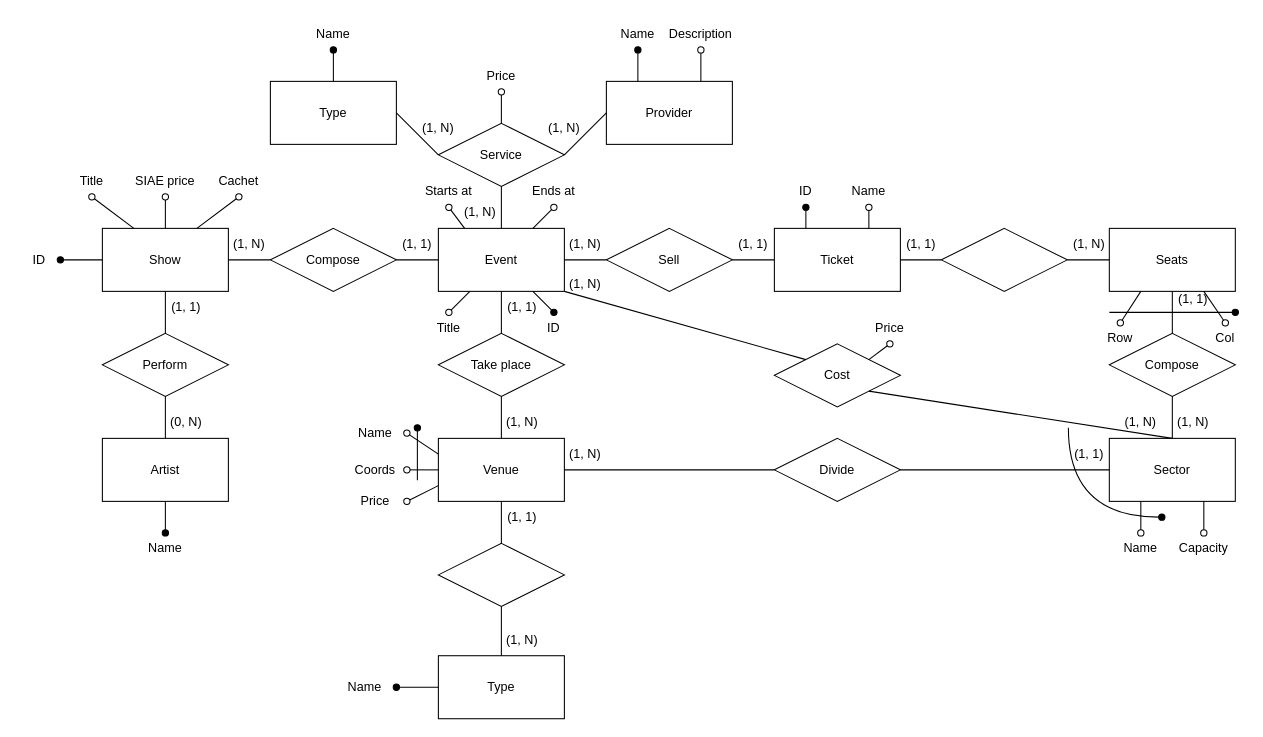
This is ER.drawio from lucat1/unibo_90107_progetto, a draw.io file, before an edit. Source tidied: cells renumbered, new cells numbered last; positions are measured from the earlier drawing's top-left corner, leaving out a move shared by most shapes. Both pictures are drawn from the tidied source at 105%, with x=0, y=0 at pixel (18, 18).
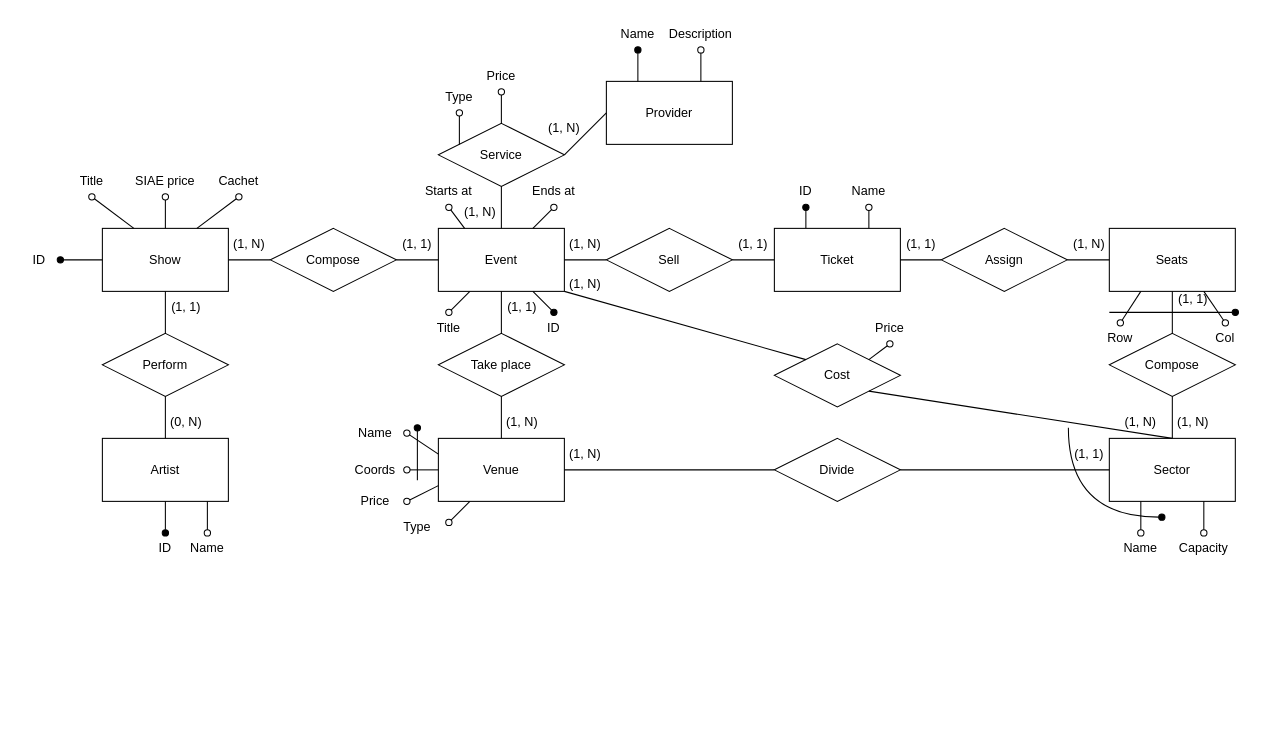
The same diagram, later.

Unchanged cells that the change refers to:
```xml
<mxCell id="43" value="Service" style="rhombus;whiteSpace=wrap;html=1;" parent="1" vertex="1">
  <mxGeometry x="400" y="100" width="120" height="60" as="geometry" />
</mxCell>
<mxCell id="48" value="Venue" style="rounded=0;whiteSpace=wrap;html=1;" parent="1" vertex="1">
  <mxGeometry x="400" y="400" width="120" height="60" as="geometry" />
</mxCell>
```

What changed in the source:
```diff
@@
-    <mxCell id="19" value="Name" style="text;html=1;strokeColor=none;fillColor=none;align=center;verticalAlign=middle;whiteSpace=wrap;rounded=0;" parent="1" vertex="1">
+    <mxCell id="19" value="ID" style="text;html=1;strokeColor=none;fillColor=none;align=center;verticalAlign=middle;whiteSpace=wrap;rounded=0;" parent="1" vertex="1">
       <mxGeometry x="110" y="490" width="60" height="30" as="geometry" />
     </mxCell>
@@
-    <mxCell id="52" value="Type" style="rounded=0;whiteSpace=wrap;html=1;" parent="1" vertex="1">
-      <mxGeometry x="400" y="607" width="120" height="60" as="geometry" />
-    </mxCell>
-    <mxCell id="53" style="rhombus;whiteSpace=wrap;html=1;" parent="1" vertex="1">
-      <mxGeometry x="400" y="500" width="120" height="60" as="geometry" />
-    </mxCell>
-    <mxCell id="54" style="endArrow=none;html=1;rounded=0;entryX=0.5;entryY=1;entryDx=0;entryDy=0;exitX=0.5;exitY=0;exitDx=0;exitDy=0;" parent="1" edge="1" source="53" target="48">
-      <mxGeometry relative="1" as="geometry" />
-    </mxCell>
-    <mxCell id="55" style="endArrow=none;html=1;rounded=0;exitX=0.5;exitY=0;exitDx=0;exitDy=0;entryX=0.5;entryY=1;entryDx=0;entryDy=0;" parent="1" edge="1" source="52" target="53">
-      <mxGeometry relative="1" as="geometry" />
-    </mxCell>
-    <mxCell id="56" value="&lt;div&gt;(1, 1)&lt;/div&gt;" style="text;html=1;strokeColor=none;fillColor=none;align=center;verticalAlign=middle;whiteSpace=wrap;rounded=0;" parent="1" vertex="1">
-      <mxGeometry x="450" y="460" width="60" height="30" as="geometry" />
-    </mxCell>
@@
-    <mxCell id="59" value="&lt;div&gt;(1, N)&lt;/div&gt;" style="text;html=1;strokeColor=none;fillColor=none;align=center;verticalAlign=middle;whiteSpace=wrap;rounded=0;" parent="1" vertex="1">
-      <mxGeometry x="450" y="577" width="60" height="30" as="geometry" />
-    </mxCell>
@@
-    <mxCell id="94" value="Name" style="text;html=1;strokeColor=none;fillColor=none;align=center;verticalAlign=middle;whiteSpace=wrap;rounded=0;" parent="1" vertex="1">
-      <mxGeometry x="300" y="622" width="60" height="30" as="geometry" />
-    </mxCell>
-    <mxCell id="95" style="endArrow=oval;html=1;rounded=0;exitX=0;exitY=0.5;exitDx=0;exitDy=0;entryX=1;entryY=0.5;entryDx=0;entryDy=0;endFill=1;" parent="1" edge="1" source="52" target="94">
-      <mxGeometry relative="1" as="geometry" />
-    </mxCell>
-    <mxCell id="96" value="Type" style="rounded=0;whiteSpace=wrap;html=1;" parent="1" vertex="1">
-      <mxGeometry x="240" y="60" width="120" height="60" as="geometry" />
-    </mxCell>
-    <mxCell id="97" style="endArrow=none;html=1;rounded=0;exitX=1;exitY=0.5;exitDx=0;exitDy=0;entryX=0;entryY=0.5;entryDx=0;entryDy=0;" parent="1" edge="1" source="96" target="43">
-      <mxGeometry relative="1" as="geometry" />
-    </mxCell>
-    <mxCell id="98" value="Name" style="text;html=1;strokeColor=none;fillColor=none;align=center;verticalAlign=middle;whiteSpace=wrap;rounded=0;" parent="1" vertex="1">
-      <mxGeometry x="270" width="60" height="30" as="geometry" />
-    </mxCell>
-    <mxCell id="99" style="endArrow=oval;html=1;rounded=0;exitX=0.5;exitY=0;exitDx=0;exitDy=0;entryX=0.5;entryY=1;entryDx=0;entryDy=0;endFill=1;" parent="1" edge="1" source="96" target="98">
-      <mxGeometry relative="1" as="geometry" />
-    </mxCell>
@@
-    <mxCell id="105" value="(1, N)" style="text;html=1;strokeColor=none;fillColor=none;align=center;verticalAlign=middle;whiteSpace=wrap;rounded=0;" parent="1" vertex="1">
-      <mxGeometry x="370" y="90" width="60" height="30" as="geometry" />
-    </mxCell>
@@
-    <mxCell id="108" style="rhombus;whiteSpace=wrap;html=1;" parent="1" vertex="1">
+    <mxCell id="108" value="Assign" style="rhombus;whiteSpace=wrap;html=1;" parent="1" vertex="1">
       <mxGeometry x="879" y="200" width="120" height="60" as="geometry" />
     </mxCell>
@@
+    <mxCell id="115" style="endArrow=oval;html=1;rounded=0;endFill=0;exitX=0.25;exitY=1;exitDx=0;exitDy=0;" parent="1" edge="1" source="48">
+      <mxGeometry relative="1" as="geometry">
+        <mxPoint x="410" y="480" as="targetPoint" />
+      </mxGeometry>
+    </mxCell>
+    <mxCell id="116" value="Type" style="text;html=1;strokeColor=none;fillColor=none;align=center;verticalAlign=middle;whiteSpace=wrap;rounded=0;" parent="1" vertex="1">
+      <mxGeometry x="350" y="470" width="60" height="30" as="geometry" />
+    </mxCell>
+    <mxCell id="117" value="Type" style="text;html=1;strokeColor=none;fillColor=none;align=center;verticalAlign=middle;whiteSpace=wrap;rounded=0;" parent="1" vertex="1">
+      <mxGeometry x="390" y="60" width="60" height="30" as="geometry" />
+    </mxCell>
+    <mxCell id="118" style="endArrow=oval;html=1;rounded=0;exitX=0.5;exitY=0;exitDx=0;exitDy=0;entryX=0.5;entryY=1;entryDx=0;entryDy=0;endFill=0;" parent="1" edge="1" target="117">
+      <mxGeometry relative="1" as="geometry">
+        <mxPoint x="420" y="120" as="sourcePoint" />
+      </mxGeometry>
+    </mxCell>
+    <mxCell id="119" value="Name" style="text;html=1;strokeColor=none;fillColor=none;align=center;verticalAlign=middle;whiteSpace=wrap;rounded=0;" parent="1" vertex="1">
+      <mxGeometry x="150" y="490" width="60" height="30" as="geometry" />
+    </mxCell>
+    <mxCell id="120" style="endArrow=oval;html=1;rounded=0;exitX=0.5;exitY=1;exitDx=0;exitDy=0;entryX=0.5;entryY=0;entryDx=0;entryDy=0;endFill=0;" parent="1" edge="1" target="119">
+      <mxGeometry relative="1" as="geometry">
+        <mxPoint x="180" y="460" as="sourcePoint" />
+      </mxGeometry>
+    </mxCell>
```
